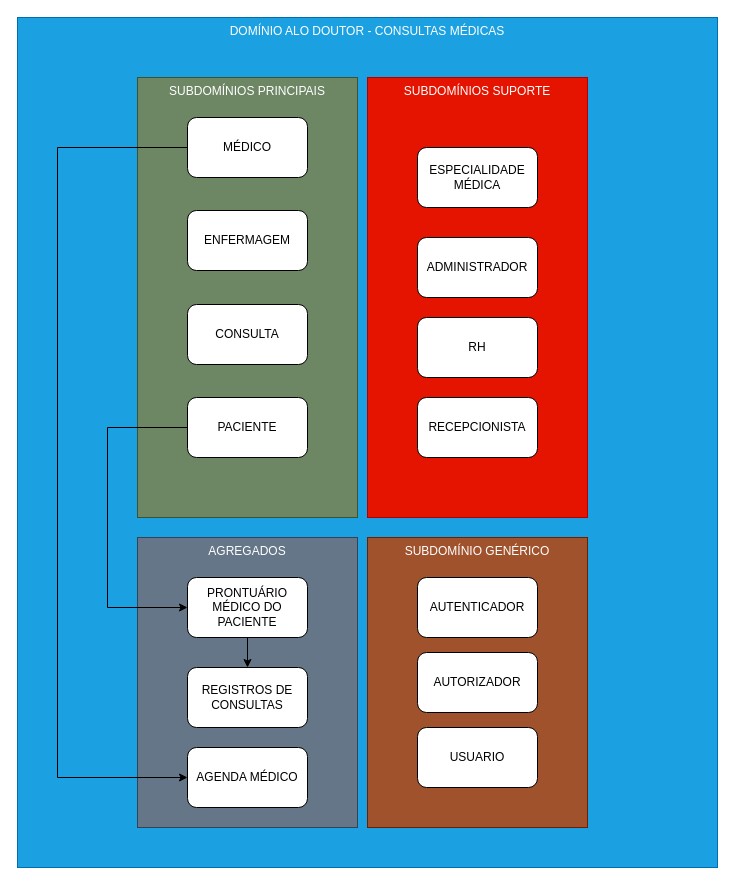
This is page "DOMINIOS" (1 of 2) of documentacao/ddd/dddAloDoutor.drawio from AlexJussiani/AloDOutor, a draw.io file, before an edit. Source tidied: cells renumbered, new cells numbered last; positions are measured from the earlier drawing's top-left corner, leaving out a move shared by most shapes. Both pictures are drawn from the tidied source at 100%, with x=0, y=0 at pixel (17, 17).
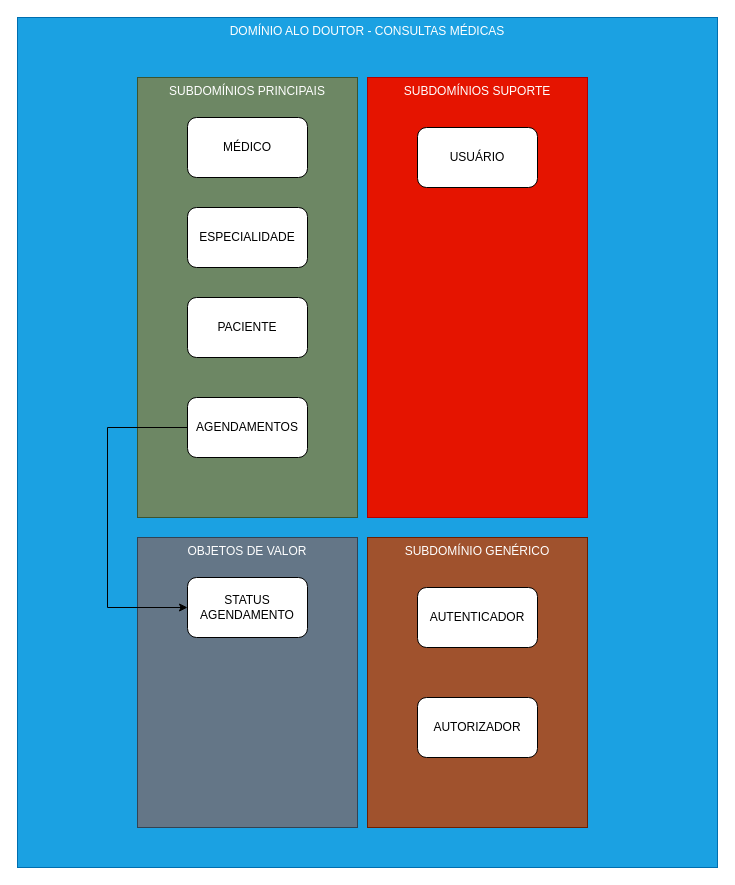
The same page after the edit.

Unchanged cells that the change refers to:
```xml
<mxCell id="7" value="MÉDICO" style="rounded=1;whiteSpace=wrap;html=1;" parent="1" vertex="1">
  <mxGeometry x="170" y="100" width="120" height="60" as="geometry" />
</mxCell>
```

Change to the diagram source:
```diff
@@
-    <mxCell id="3" value="AGREGADOS" style="rounded=0;whiteSpace=wrap;html=1;verticalAlign=top;fillColor=#647687;fontColor=#ffffff;strokeColor=#314354;" parent="1" vertex="1">
+    <mxCell id="3" value="OBJETOS DE VALOR" style="rounded=0;whiteSpace=wrap;html=1;verticalAlign=top;fillColor=#647687;fontColor=#ffffff;strokeColor=#314354;" parent="1" vertex="1">
       <mxGeometry x="120" y="520" width="220" height="290" as="geometry" />
     </mxCell>
@@
-    <mxCell id="6" style="edgeStyle=orthogonalEdgeStyle;rounded=0;jettySize=auto;html=1;exitX=0;exitY=0.5;exitDx=0;exitDy=0;entryX=0;entryY=0.5;entryDx=0;entryDy=0;" parent="1" edge="1" source="7" target="14">
-      <mxGeometry relative="1" as="geometry">
-        <Array as="points">
-          <mxPoint x="40" y="130" />
-          <mxPoint x="40" y="760" />
-        </Array>
-      </mxGeometry>
-    </mxCell>
@@
-    <mxCell id="9" value="PACIENTE" style="rounded=1;whiteSpace=wrap;html=1;" parent="1" vertex="1">
+    <mxCell id="9" value="AGENDAMENTOS" style="rounded=1;whiteSpace=wrap;html=1;" parent="1" vertex="1">
       <mxGeometry x="170" y="380" width="120" height="60" as="geometry" />
     </mxCell>
-    <mxCell id="10" value="RH" style="rounded=1;whiteSpace=wrap;html=1;" parent="1" vertex="1">
-      <mxGeometry x="400" y="300" width="120" height="60" as="geometry" />
-    </mxCell>
-    <mxCell id="11" value="RECEPCIONISTA" style="rounded=1;whiteSpace=wrap;html=1;" parent="1" vertex="1">
-      <mxGeometry x="400" y="380" width="120" height="60" as="geometry" />
-    </mxCell>
-    <mxCell id="12" value="ENFERMAGEM" style="rounded=1;whiteSpace=wrap;html=1;" parent="1" vertex="1">
-      <mxGeometry x="170" y="193" width="120" height="60" as="geometry" />
-    </mxCell>
-    <mxCell id="13" value="ADMINISTRADOR" style="rounded=1;whiteSpace=wrap;html=1;" parent="1" vertex="1">
-      <mxGeometry x="400" y="220" width="120" height="60" as="geometry" />
-    </mxCell>
-    <mxCell id="14" value="AGENDA MÉDICO" style="rounded=1;whiteSpace=wrap;html=1;" parent="1" vertex="1">
-      <mxGeometry x="170" y="730" width="120" height="60" as="geometry" />
-    </mxCell>
-    <mxCell id="15" value="CONSULTA" style="rounded=1;whiteSpace=wrap;html=1;" parent="1" vertex="1">
-      <mxGeometry x="170" y="287" width="120" height="60" as="geometry" />
+    <mxCell id="15" value="PACIENTE" style="rounded=1;whiteSpace=wrap;html=1;" parent="1" vertex="1">
+      <mxGeometry x="170" y="280" width="120" height="60" as="geometry" />
     </mxCell>
-    <mxCell id="16" value="PRONTUÁRIO MÉDICO DO PACIENTE" style="rounded=1;whiteSpace=wrap;html=1;" parent="1" vertex="1">
+    <mxCell id="16" value="STATUS AGENDAMENTO" style="rounded=1;whiteSpace=wrap;html=1;" parent="1" vertex="1">
       <mxGeometry x="170" y="560" width="120" height="60" as="geometry" />
     </mxCell>
@@
     <mxCell id="18" value="AUTENTICADOR" style="rounded=1;whiteSpace=wrap;html=1;" parent="1" vertex="1">
-      <mxGeometry x="400" y="560" width="120" height="60" as="geometry" />
+      <mxGeometry x="400" y="570" width="120" height="60" as="geometry" />
     </mxCell>
     <mxCell id="19" value="AUTORIZADOR" style="rounded=1;whiteSpace=wrap;html=1;" parent="1" vertex="1">
-      <mxGeometry x="400" y="635" width="120" height="60" as="geometry" />
+      <mxGeometry x="400" y="680" width="120" height="60" as="geometry" />
     </mxCell>
-    <mxCell id="20" value="USUARIO" style="rounded=1;whiteSpace=wrap;html=1;" parent="1" vertex="1">
-      <mxGeometry x="400" y="710" width="120" height="60" as="geometry" />
-    </mxCell>
-    <mxCell id="21" value="REGISTROS DE CONSULTAS" style="rounded=1;whiteSpace=wrap;html=1;" parent="1" vertex="1">
-      <mxGeometry x="170" y="650" width="120" height="60" as="geometry" />
-    </mxCell>
-    <mxCell id="22" style="endArrow=classic;html=1;rounded=0;exitX=0.5;exitY=1;exitDx=0;exitDy=0;" parent="1" edge="1" source="16" target="21">
-      <mxGeometry relative="1" as="geometry" />
-    </mxCell>
-    <mxCell id="23" value="ESPECIALIDADE MÉDICA" style="rounded=1;whiteSpace=wrap;html=1;" parent="1" vertex="1">
-      <mxGeometry x="400" y="130" width="120" height="60" as="geometry" />
+    <mxCell id="23" value="USUÁRIO" style="rounded=1;whiteSpace=wrap;html=1;" parent="1" vertex="1">
+      <mxGeometry x="400" y="110" width="120" height="60" as="geometry" />
     </mxCell>
+    <mxCell id="24" value="ESPECIALIDADE" style="rounded=1;whiteSpace=wrap;html=1;" parent="1" vertex="1">
+      <mxGeometry x="170" y="190" width="120" height="60" as="geometry" />
+    </mxCell>
```
